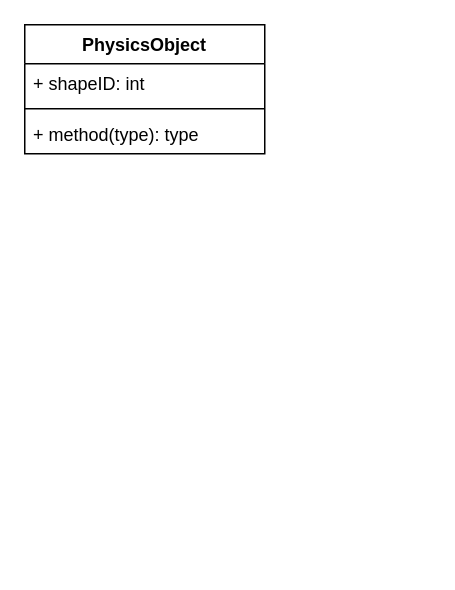
The draw.io diagram Untitled Diagram.drawio in XYFrenzies/PhysicsProject, before the edit. Source tidied: cells renumbered, new cells numbered last; positions are measured from the earlier drawing's top-left corner, leaving out a move shared by most shapes. Both pictures are drawn from the tidied source at 150%, with x=0, y=0 at pixel (24, 24).
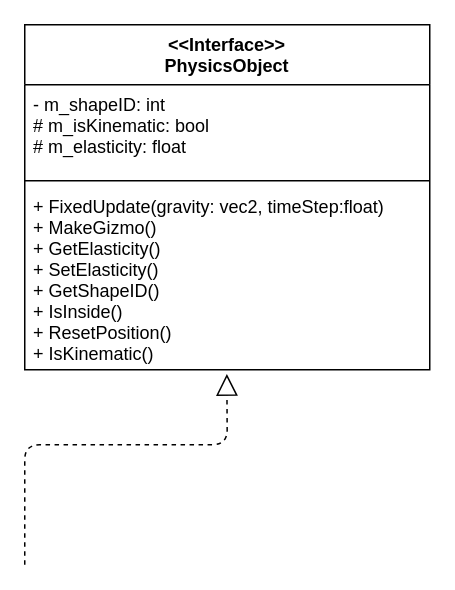
The same page after the edit.

Diff of the diagram source:
```diff
@@
 <mxGraphModel>
   <root>
     <mxCell id="0" />
     <mxCell id="1" parent="0" />
-    <mxCell id="2" value="PhysicsObject" style="swimlane;fontStyle=1;align=center;verticalAlign=top;horizontal=1;startSize=26;" parent="1" vertex="1">
-      <mxGeometry width="160" height="86" as="geometry" />
+    <mxCell id="2" value="&lt;&lt;Interface&gt;&gt;&#10;PhysicsObject" style="swimlane;fontStyle=1;align=center;verticalAlign=top;horizontal=1;startSize=40;" parent="1" vertex="1">
+      <mxGeometry width="270" height="230" as="geometry" />
     </mxCell>
-    <mxCell id="3" value="+ shapeID: int&#10;" style="text;strokeColor=none;fillColor=none;align=left;verticalAlign=top;spacingLeft=4;spacingRight=4;overflow=hidden;" parent="2" vertex="1">
-      <mxGeometry y="26" width="160" height="26" as="geometry" />
+    <mxCell id="3" value="- m_shapeID: int&#10;# m_isKinematic: bool&#10;# m_elasticity: float" style="text;strokeColor=none;fillColor=none;align=left;verticalAlign=top;spacingLeft=4;spacingRight=4;overflow=hidden;" parent="2" vertex="1">
+      <mxGeometry y="40" width="270" height="60" as="geometry" />
     </mxCell>
     <mxCell id="4" style="line;strokeWidth=1;fillColor=none;align=left;verticalAlign=middle;spacingTop=-1;spacingLeft=3;spacingRight=3;labelPosition=right;" parent="2" vertex="1">
-      <mxGeometry y="52" width="160" height="8" as="geometry" />
+      <mxGeometry y="100" width="270" height="8" as="geometry" />
     </mxCell>
-    <mxCell id="5" value="+ method(type): type" style="text;strokeColor=none;fillColor=none;align=left;verticalAlign=top;spacingLeft=4;spacingRight=4;overflow=hidden;points=[[0,0.5],[1,0.5]];portConstraint=eastwest;" parent="2" vertex="1">
-      <mxGeometry y="60" width="160" height="26" as="geometry" />
+    <mxCell id="5" value="+ FixedUpdate(gravity: vec2, timeStep:float)&#10;+ MakeGizmo()&#10;+ GetElasticity()&#10;+ SetElasticity()&#10;+ GetShapeID()&#10;+ IsInside()&#10;+ ResetPosition()&#10;+ IsKinematic()" style="text;strokeColor=none;fillColor=none;align=left;verticalAlign=top;spacingLeft=4;spacingRight=4;overflow=hidden;points=[[0,0.5],[1,0.5]];portConstraint=eastwest;" parent="2" vertex="1">
+      <mxGeometry y="108" width="270" height="122" as="geometry" />
     </mxCell>
+    <mxCell id="6" style="endArrow=block;dashed=1;endFill=0;endSize=12;html=1;fontSize=11;entryX=0.499;entryY=1.023;entryDx=0;entryDy=0;entryPerimeter=0;" parent="1" edge="1" target="5">
+      <mxGeometry relative="1" as="geometry">
+        <mxPoint y="360" as="sourcePoint" />
+        <Array as="points">
+          <mxPoint y="280" />
+          <mxPoint x="135" y="280" />
+        </Array>
+      </mxGeometry>
+    </mxCell>
   </root>
 </mxGraphModel>
```
